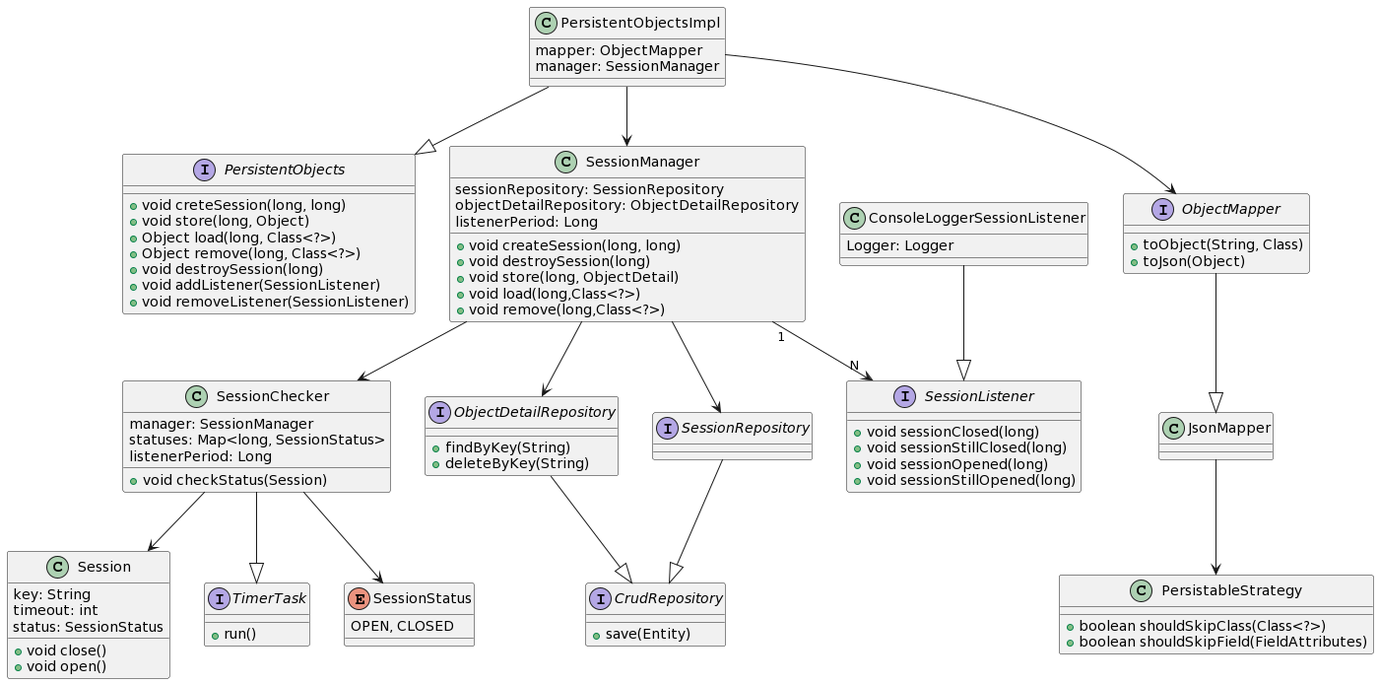
Earlier version of the PlantUML export src/main/resources/static/palg-diagrama-clases.png (sebastiangilberto/utn-palg-2c2022-tp).
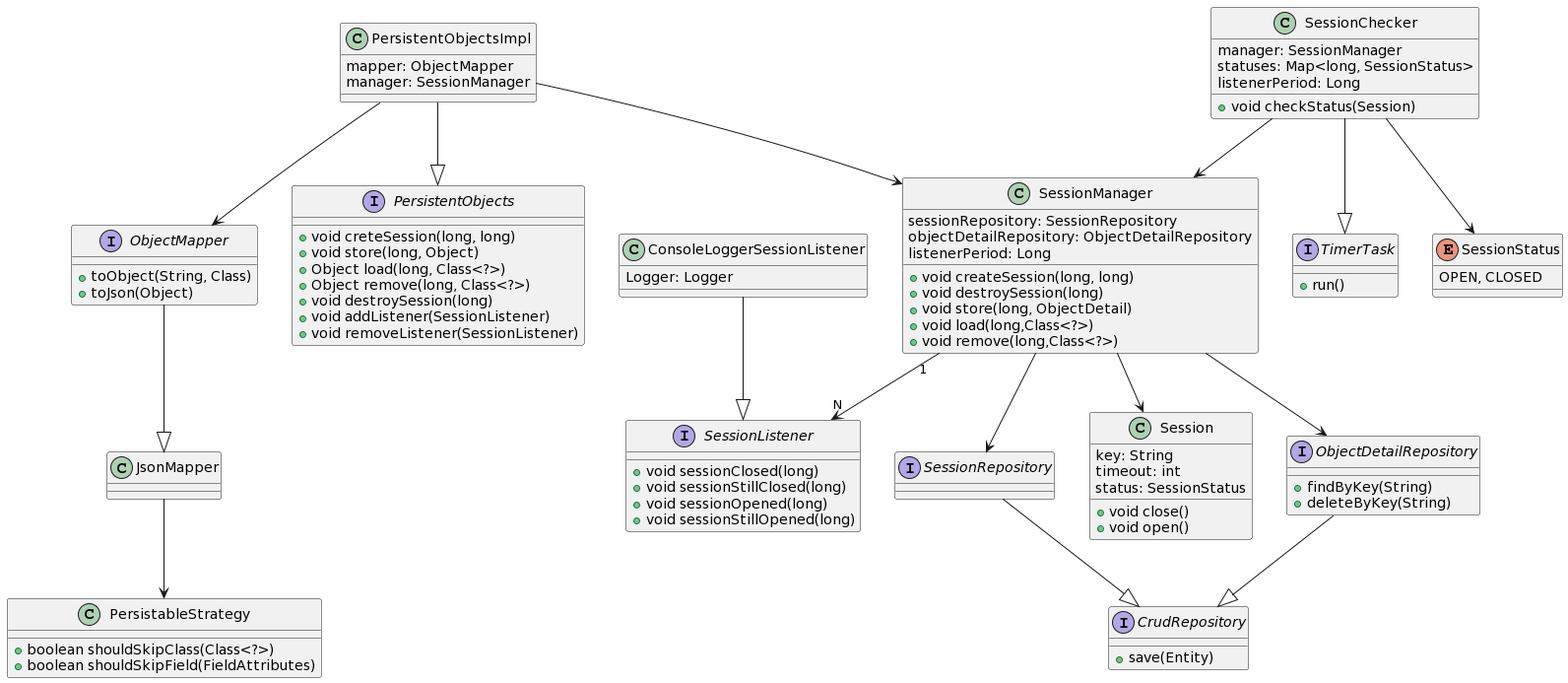
The same diagram one commit later.

Diff of the diagram source:
```diff
@@ -91,8 +91,8 @@
 PersistentObjectsImpl --> ObjectMapper
 SessionManager --> ObjectDetailRepository
 SessionManager --> SessionRepository
-SessionManager --> SessionChecker
-SessionChecker --> Session
+SessionManager --> Session
+SessionChecker --> SessionManager
 SessionChecker --|> TimerTask
 SessionChecker --> SessionStatus
 SessionManager "1" --> "N" SessionListener
```
